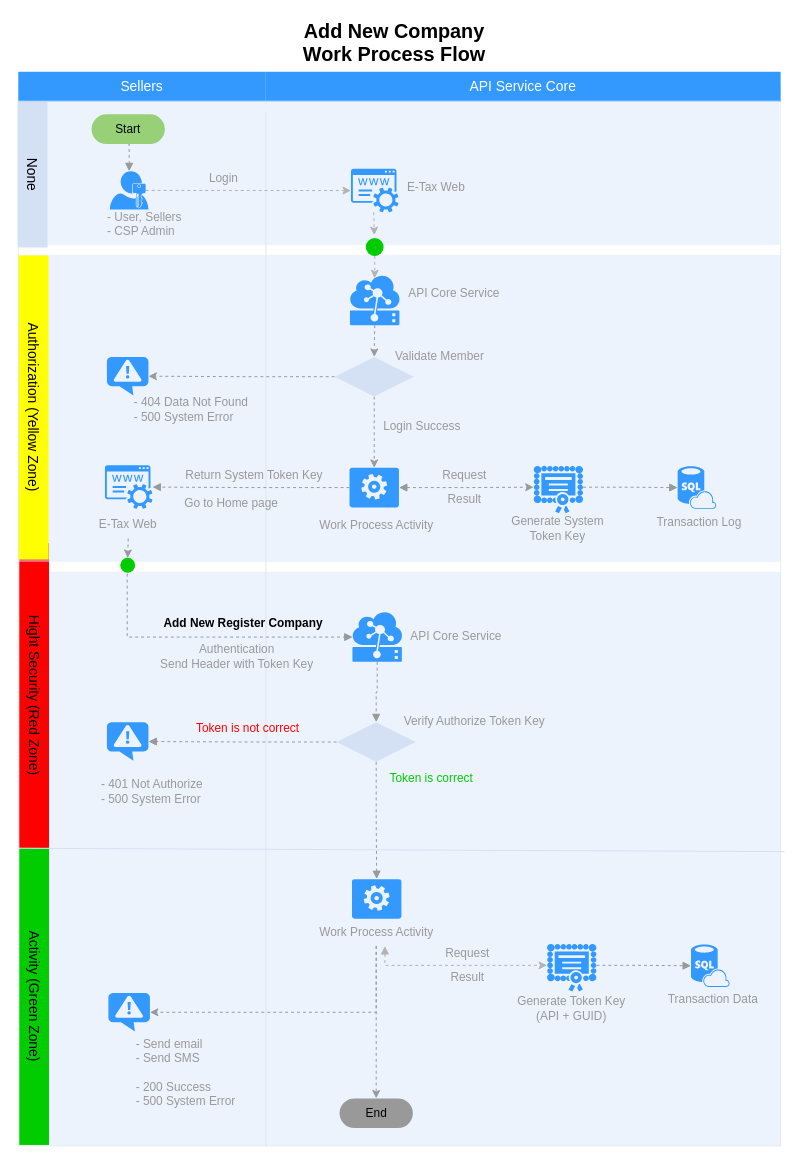
Above: Add New Company in the corporate.drawio in nirawat/eTax (draw.io), before the change. Source tidied: cells renumbered, new cells numbered last; positions are measured from the earlier drawing's top-left corner, leaving out a move shared by most shapes. Both pictures are drawn from the tidied source at 99%, with x=0, y=0 at pixel (-119, 17).
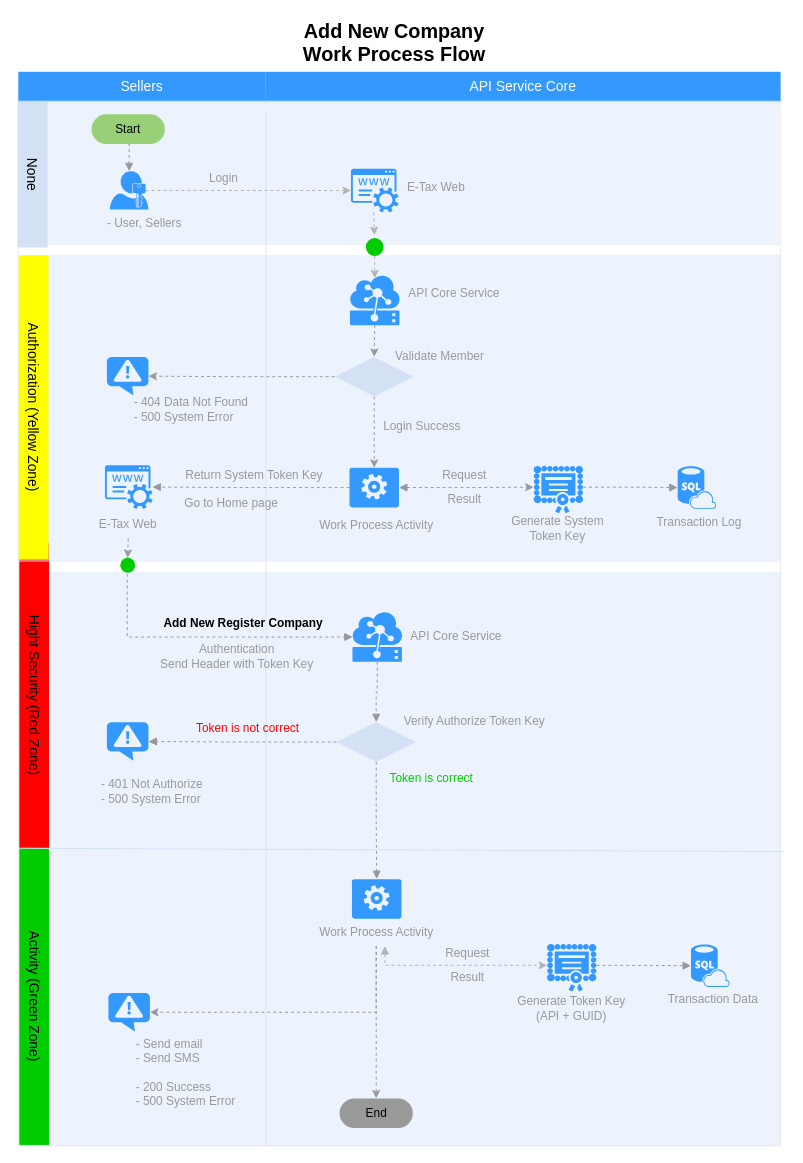
The same page after the edit.

Diff of the diagram source:
```diff
@@
-    <mxCell id="83" value="&lt;font color=&quot;#999999&quot; style=&quot;font-size: 12px&quot;&gt;- User, Sellers&lt;br&gt;- CSP Admin&lt;br&gt;&lt;br&gt;&lt;/font&gt;" style="text;html=1;strokeColor=none;fillColor=none;align=left;verticalAlign=middle;whiteSpace=wrap;rounded=0;fontSize=12;" parent="1" vertex="1">
-      <mxGeometry x="225.5" y="196" width="120" height="40" as="geometry" />
+    <mxCell id="83" value="&lt;font color=&quot;#999999&quot; style=&quot;font-size: 12px&quot;&gt;- User, Sellers&lt;br&gt;&lt;/font&gt;" style="text;html=1;strokeColor=none;fillColor=none;align=left;verticalAlign=middle;whiteSpace=wrap;rounded=0;fontSize=12;" parent="1" vertex="1">
+      <mxGeometry x="226" y="196" width="120" height="24" as="geometry" />
     </mxCell>
```
